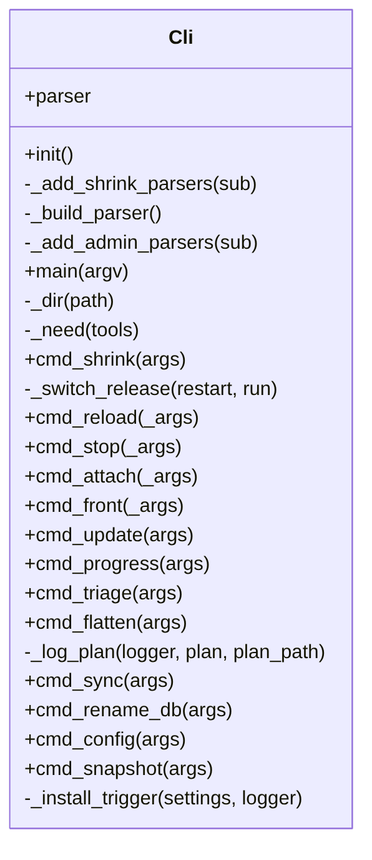
The Mermaid diagram docs/img/uml_cli.png in peddanet/mediatools, before a commit. Its source is kept beside it as docs/img/uml_cli.mmd.
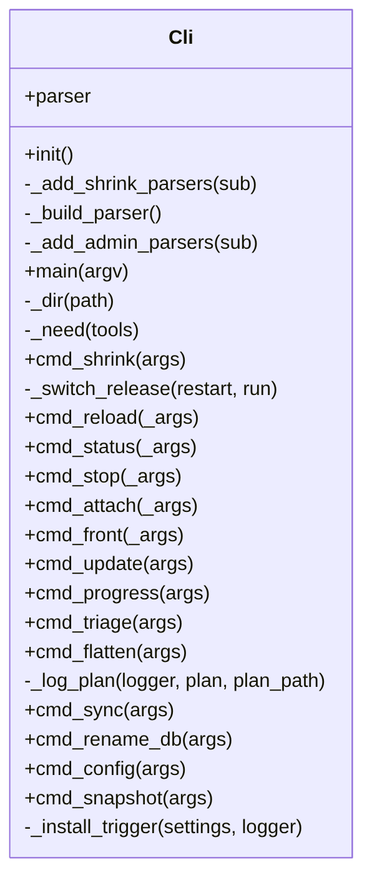
After the commit.

What changed in the source:
```diff
@@ -12,6 +12,7 @@
     +cmd_shrink(args)
     -_switch_release(restart, run)
     +cmd_reload(_args)
+    +cmd_status(_args)
     +cmd_stop(_args)
     +cmd_attach(_args)
     +cmd_front(_args)
```
